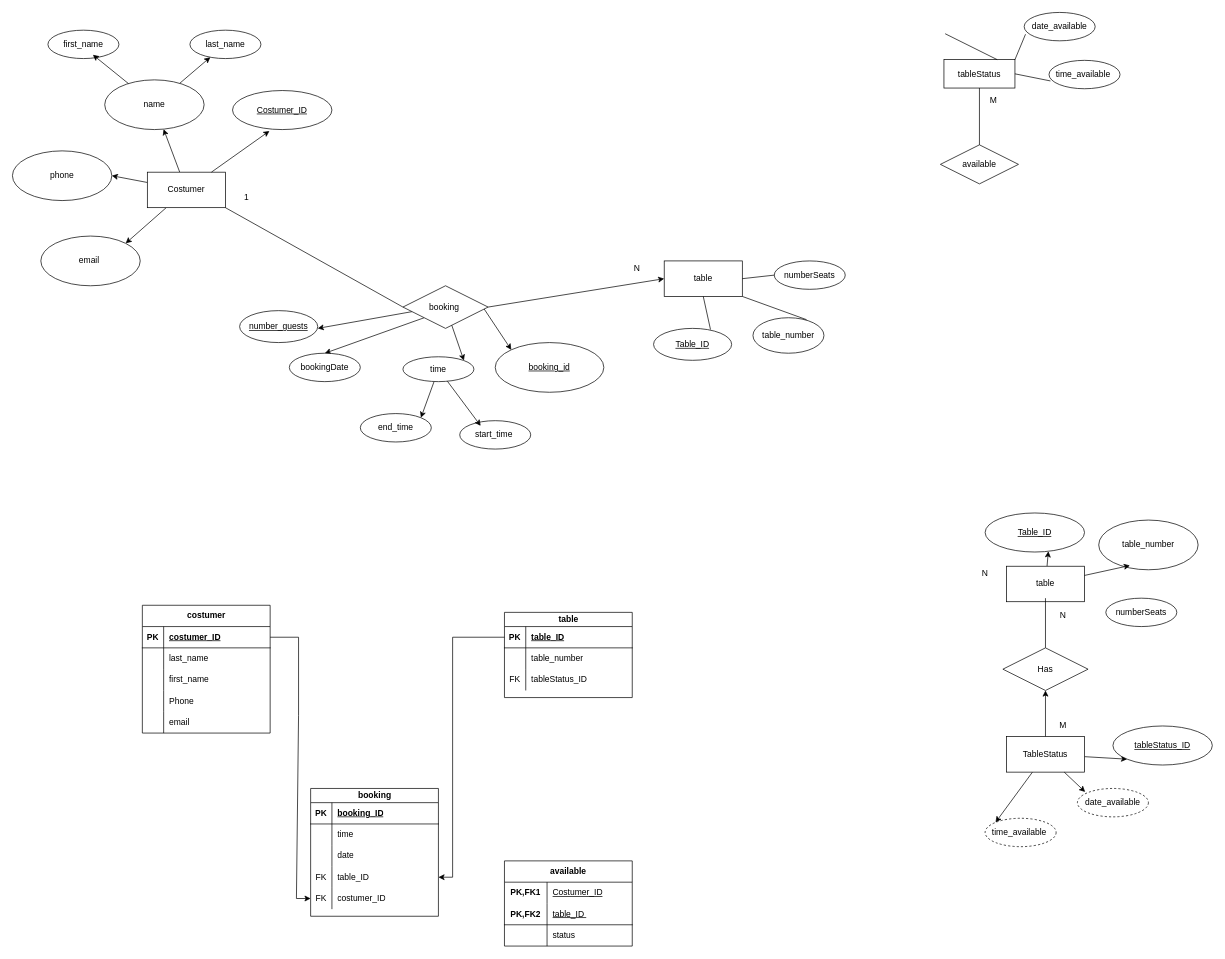
This is page "Page-3" (3 of 3) of Untitled Diagram.drawio from Missjessen/drive-in.bio, a draw.io file, before an edit. Source tidied: cells renumbered, new cells numbered last; positions are measured from the earlier drawing's top-left corner, leaving out a move shared by most shapes. Both pictures are drawn from the tidied source at 71%, with x=0, y=0 at pixel (12, 12).
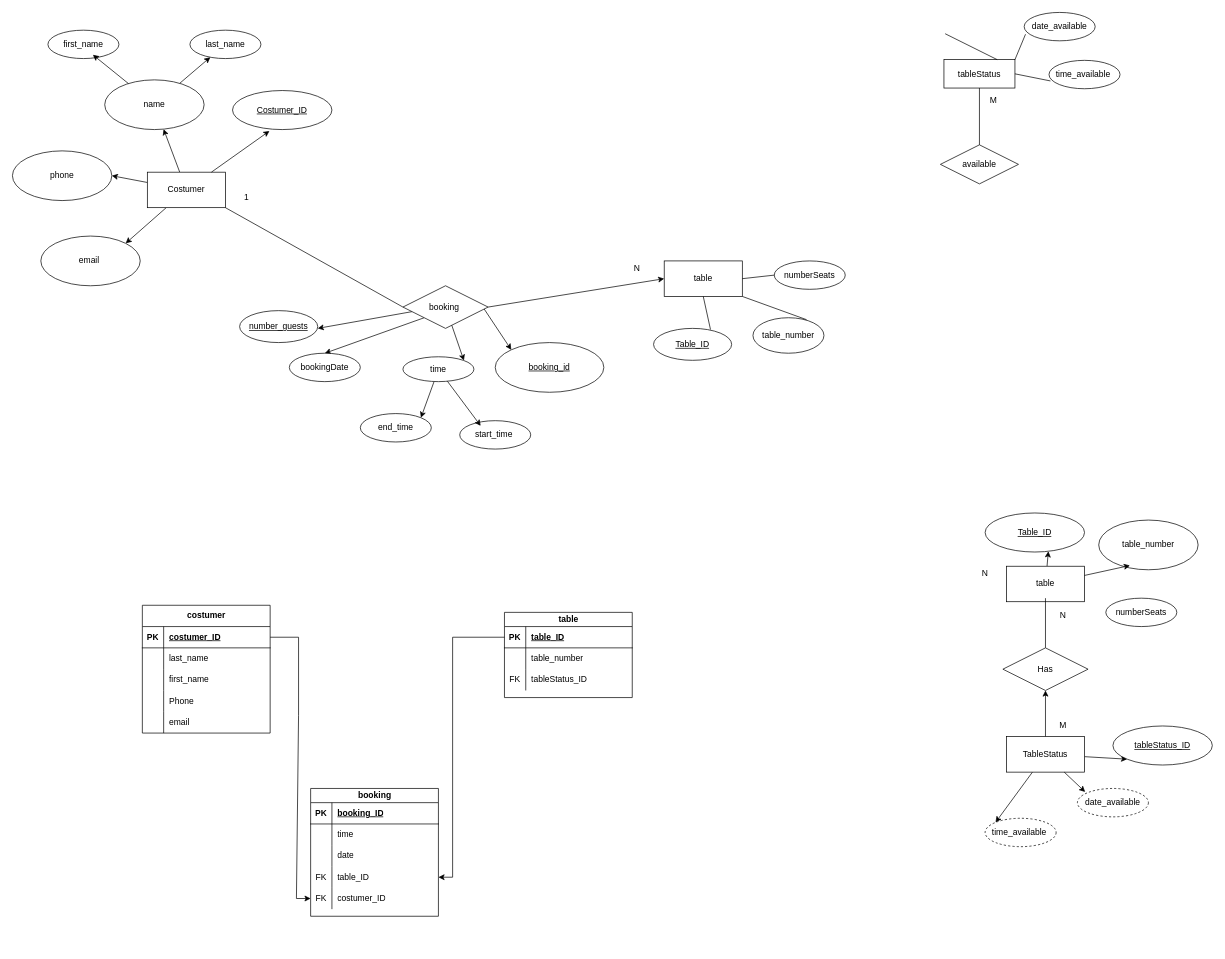
The same diagram, later.

The edit, as a diff of the source:
```diff
@@
-    <mxCell id="87" value="available" style="shape=table;startSize=30;childLayout=tableLayout;rowLines=0;fontStyle=1;align=center;html=1;whiteSpace=wrap;" parent="1" vertex="1">
-      <mxGeometry x="693" y="1195" width="180" height="120" as="geometry" />
-    </mxCell>
-    <mxCell id="88" style="shape=tableRow;horizontal=0;startSize=0;swimlaneHead=0;swimlaneBody=0;fillColor=none;top=0;left=0;right=0;bottom=0;html=1;" parent="87" vertex="1">
-      <mxGeometry y="30" width="180" height="30" as="geometry" />
-    </mxCell>
-    <mxCell id="89" value="PK,FK1" style="shape=partialRectangle;fillColor=none;top=0;left=0;bottom=0;right=0;fontStyle=1;overflow=hidden;html=1;whiteSpace=wrap;" parent="88" vertex="1">
-      <mxGeometry width="60" height="30" as="geometry" />
-    </mxCell>
-    <mxCell id="90" value="&lt;span style=&quot;font-weight: 400; text-align: center;&quot;&gt;Costumer_ID&lt;/span&gt;" style="shape=partialRectangle;fillColor=none;top=0;left=0;bottom=0;right=0;align=left;spacingLeft=6;fontStyle=5;overflow=hidden;html=1;whiteSpace=wrap;" parent="88" vertex="1">
-      <mxGeometry x="60" width="120" height="30" as="geometry" />
-    </mxCell>
-    <mxCell id="91" style="shape=tableRow;horizontal=0;startSize=0;swimlaneHead=0;swimlaneBody=0;fillColor=none;top=0;left=0;right=0;bottom=1;html=1;" parent="87" vertex="1">
-      <mxGeometry y="60" width="180" height="30" as="geometry" />
-    </mxCell>
-    <mxCell id="92" value="PK,FK2" style="shape=partialRectangle;fillColor=none;top=0;left=0;bottom=0;right=0;fontStyle=1;overflow=hidden;html=1;whiteSpace=wrap;" parent="91" vertex="1">
-      <mxGeometry width="60" height="30" as="geometry" />
-    </mxCell>
-    <mxCell id="93" value="&lt;div style=&quot;text-align: center;&quot;&gt;&lt;span style=&quot;font-weight: 400;&quot;&gt;table_ID&amp;nbsp;&lt;/span&gt;&lt;/div&gt;" style="shape=partialRectangle;fillColor=none;top=0;left=0;bottom=0;right=0;align=left;spacingLeft=6;fontStyle=5;overflow=hidden;html=1;whiteSpace=wrap;" parent="91" vertex="1">
-      <mxGeometry x="60" width="120" height="30" as="geometry" />
-    </mxCell>
-    <mxCell id="94" style="shape=tableRow;horizontal=0;startSize=0;swimlaneHead=0;swimlaneBody=0;fillColor=none;top=0;left=0;right=0;bottom=0;html=1;" parent="87" vertex="1">
-      <mxGeometry y="90" width="180" height="30" as="geometry" />
-    </mxCell>
-    <mxCell id="95" style="shape=partialRectangle;fillColor=none;top=0;left=0;bottom=0;right=0;overflow=hidden;html=1;whiteSpace=wrap;" parent="94" vertex="1">
-      <mxGeometry width="60" height="30" as="geometry" />
-    </mxCell>
-    <mxCell id="96" value="status" style="shape=partialRectangle;fillColor=none;top=0;left=0;bottom=0;right=0;align=left;spacingLeft=6;overflow=hidden;html=1;whiteSpace=wrap;" parent="94" vertex="1">
-      <mxGeometry x="60" width="120" height="30" as="geometry" />
-    </mxCell>
```
